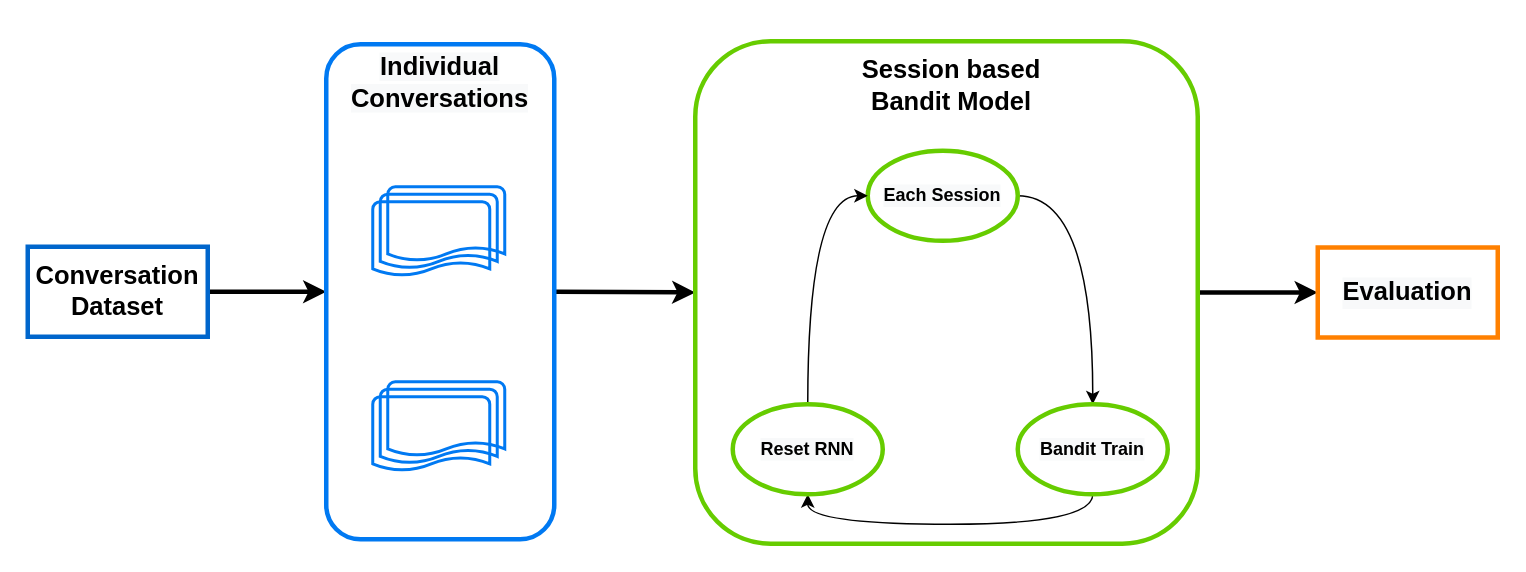
Above: session_based_model.drawio in amarshivaram/images (draw.io), before the change. Source tidied: cells renumbered, new cells numbered last; positions are measured from the earlier drawing's top-left corner, leaving out a move shared by most shapes. Both pictures are drawn from the tidied source at 150%, with x=0, y=0 at pixel (27, 40).
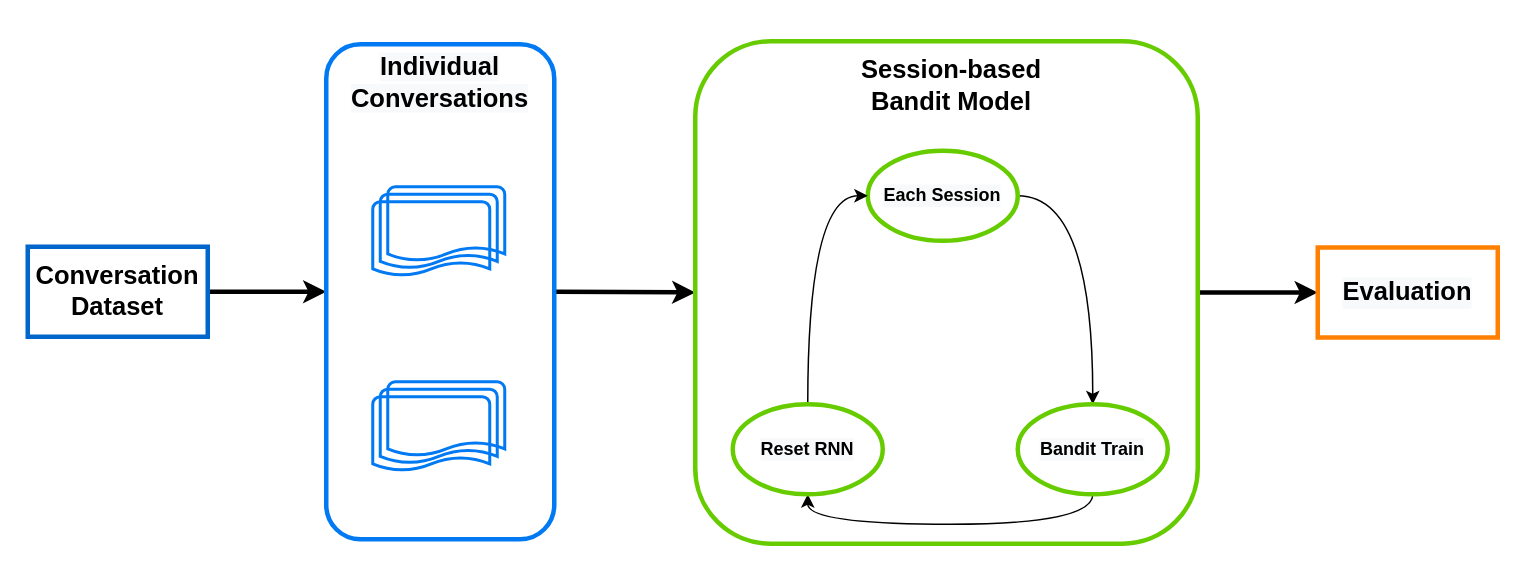
The same page after the edit.

The edit, as a diff of the source:
```diff
@@
 <mxGraphModel>
   <root>
     <mxCell id="0" />
     <mxCell id="1" parent="0" />
     <mxCell id="2" style="edgeStyle=orthogonalEdgeStyle;curved=1;rounded=0;jettySize=auto;html=1;entryX=0;entryY=0.5;entryDx=0;entryDy=0;fontSize=17;strokeColor=#000000;elbow=vertical;strokeWidth=3;" parent="1" edge="1" source="3" target="8">
       <mxGeometry relative="1" as="geometry" />
     </mxCell>
     <mxCell id="3" value="&lt;h3&gt;&lt;b&gt;&lt;font style=&quot;font-size: 17px;&quot;&gt;Conversation Dataset&lt;/font&gt;&lt;/b&gt;&lt;/h3&gt;" style="rounded=0;whiteSpace=wrap;html=1;strokeColor=#0066CC;strokeWidth=3;" parent="1" vertex="1">
       <mxGeometry y="137" width="120" height="60" as="geometry" />
     </mxCell>
     <mxCell id="4" value="&lt;h3 style=&quot;font-size: 17px;&quot;&gt;&lt;span style=&quot;background-color: rgb(248, 249, 250);&quot;&gt;Individual Conversations&lt;/span&gt;&lt;/h3&gt;" style="text;html=1;strokeColor=none;fillColor=none;align=center;verticalAlign=middle;whiteSpace=wrap;rounded=0;labelBackgroundColor=#ffffff;fontSize=11;" parent="1" vertex="1">
       <mxGeometry x="250" y="27" width="50" as="geometry" />
     </mxCell>
     <mxCell id="5" style="strokeWidth=2;html=1;shape=mxgraph.flowchart.multi-document;whiteSpace=wrap;labelBackgroundColor=#F8F9FA;fontSize=11;fillColor=none;strokeColor=#0079F2;" parent="1" vertex="1">
       <mxGeometry x="230" y="97" width="88" height="60" as="geometry" />
     </mxCell>
     <mxCell id="6" style="strokeWidth=2;html=1;shape=mxgraph.flowchart.multi-document;whiteSpace=wrap;labelBackgroundColor=#F8F9FA;fontSize=11;fillColor=none;strokeColor=#0079F2;" parent="1" vertex="1">
       <mxGeometry x="230" y="227" width="88" height="60" as="geometry" />
     </mxCell>
     <mxCell id="7" style="edgeStyle=orthogonalEdgeStyle;curved=1;rounded=0;jettySize=auto;html=1;entryX=0;entryY=0.5;entryDx=0;entryDy=0;fontSize=17;strokeColor=#000000;strokeWidth=3;elbow=vertical;" parent="1" edge="1" source="8" target="16">
       <mxGeometry relative="1" as="geometry" />
     </mxCell>
     <mxCell id="8" style="rounded=1;whiteSpace=wrap;html=1;labelBackgroundColor=#F8F9FA;fontSize=11;strokeColor=#0079F2;strokeWidth=3;fillColor=none;" parent="1" vertex="1">
       <mxGeometry x="199" y="2" width="152" height="330" as="geometry" />
     </mxCell>
     <mxCell id="9" style="edgeStyle=orthogonalEdgeStyle;curved=1;rounded=0;jettySize=auto;html=1;exitX=1;exitY=0.5;exitDx=0;exitDy=0;entryX=0.5;entryY=0;entryDx=0;entryDy=0;fontSize=12;elbow=vertical;" parent="1" edge="1" source="10" target="12">
       <mxGeometry relative="1" as="geometry" />
     </mxCell>
     <mxCell id="10" value="&lt;b&gt;&lt;font style=&quot;font-size: 12px;&quot;&gt;Each Session&lt;/font&gt;&lt;/b&gt;" style="ellipse;whiteSpace=wrap;html=1;labelBackgroundColor=#F8F9FA;fontSize=11;strokeColor=#66CC00;strokeWidth=3;fillColor=none;" parent="1" vertex="1">
       <mxGeometry x="560" y="73" width="100" height="60" as="geometry" />
     </mxCell>
     <mxCell id="11" style="edgeStyle=orthogonalEdgeStyle;curved=1;rounded=0;jettySize=auto;html=1;exitX=0.5;exitY=1;exitDx=0;exitDy=0;entryX=0.5;entryY=1;entryDx=0;entryDy=0;fontSize=12;elbow=vertical;" parent="1" edge="1" source="12" target="14">
       <mxGeometry relative="1" as="geometry" />
     </mxCell>
     <mxCell id="12" value="&lt;b&gt;&lt;font style=&quot;font-size: 12px;&quot;&gt;Bandit Train&lt;/font&gt;&lt;/b&gt;" style="ellipse;whiteSpace=wrap;html=1;labelBackgroundColor=#F8F9FA;fontSize=11;strokeColor=#66CC00;strokeWidth=3;fillColor=none;" parent="1" vertex="1">
       <mxGeometry x="660" y="242" width="100" height="60" as="geometry" />
     </mxCell>
     <mxCell id="13" style="edgeStyle=orthogonalEdgeStyle;curved=1;rounded=0;jettySize=auto;html=1;exitX=0.5;exitY=0;exitDx=0;exitDy=0;entryX=0;entryY=0.5;entryDx=0;entryDy=0;fontSize=12;elbow=vertical;" parent="1" edge="1" source="14" target="10">
       <mxGeometry relative="1" as="geometry" />
     </mxCell>
     <mxCell id="14" value="&lt;b&gt;&lt;font style=&quot;font-size: 12px;&quot;&gt;Reset RNN&lt;/font&gt;&lt;/b&gt;" style="ellipse;whiteSpace=wrap;html=1;labelBackgroundColor=#F8F9FA;fontSize=11;strokeColor=#66CC00;strokeWidth=3;fillColor=none;" parent="1" vertex="1">
       <mxGeometry x="470" y="242" width="100" height="60" as="geometry" />
     </mxCell>
     <mxCell id="15" style="edgeStyle=orthogonalEdgeStyle;curved=1;rounded=0;jettySize=auto;html=1;entryX=0;entryY=0.5;entryDx=0;entryDy=0;fontSize=17;strokeColor=#000000;strokeWidth=3;elbow=vertical;" parent="1" edge="1" source="16" target="18">
       <mxGeometry relative="1" as="geometry" />
     </mxCell>
     <mxCell id="16" style="rounded=1;whiteSpace=wrap;html=1;labelBackgroundColor=#F8F9FA;fontSize=12;strokeColor=#66CC00;strokeWidth=3;fillColor=none;" parent="1" vertex="1">
       <mxGeometry x="445" width="335" height="335" as="geometry" />
     </mxCell>
-    <mxCell id="17" value="&lt;h3&gt;&lt;b&gt;&lt;font style=&quot;font-size: 17px;&quot;&gt;Session based Bandit Model&lt;/font&gt;&lt;/b&gt;&lt;/h3&gt;" style="text;html=1;strokeColor=none;fillColor=#FFFFFF;align=center;verticalAlign=middle;whiteSpace=wrap;rounded=0;labelBackgroundColor=none;fontSize=12;dashed=1;dashPattern=1 2;glass=1;" parent="1" vertex="1">
+    <mxCell id="17" value="&lt;h3&gt;&lt;b&gt;&lt;font style=&quot;font-size: 17px;&quot;&gt;Session-based Bandit Model&lt;/font&gt;&lt;/b&gt;&lt;/h3&gt;" style="text;html=1;strokeColor=none;fillColor=#FFFFFF;align=center;verticalAlign=middle;whiteSpace=wrap;rounded=0;labelBackgroundColor=none;fontSize=12;dashed=1;dashPattern=1 2;glass=1;" parent="1" vertex="1">
       <mxGeometry x="546" y="15" width="140" height="30" as="geometry" />
     </mxCell>
     <mxCell id="18" value="&lt;b&gt;Evaluation&lt;/b&gt;" style="rounded=0;whiteSpace=wrap;html=1;labelBackgroundColor=#F8F9FA;fontSize=17;strokeColor=#FF8000;strokeWidth=3;fillColor=none;" parent="1" vertex="1">
       <mxGeometry x="860" y="137.5" width="120" height="60" as="geometry" />
     </mxCell>
   </root>
 </mxGraphModel>
```
